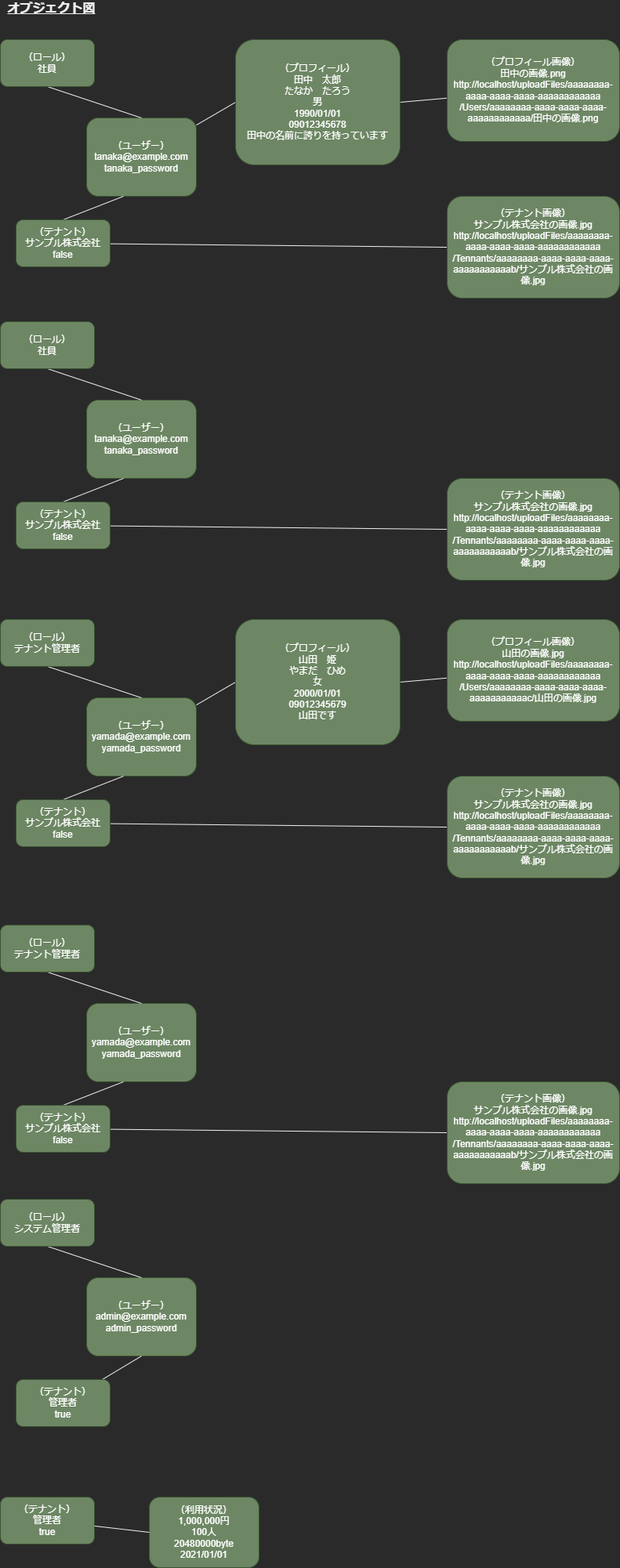
The draw.io diagram docs/diagrams/src/オブジェクト図.png in q23isline/reinventing_the_wheel, before a commit. Source tidied: cells renumbered, new cells last; positions are measured from the earlier drawing's top-left corner, leaving out a move shared by most shapes.
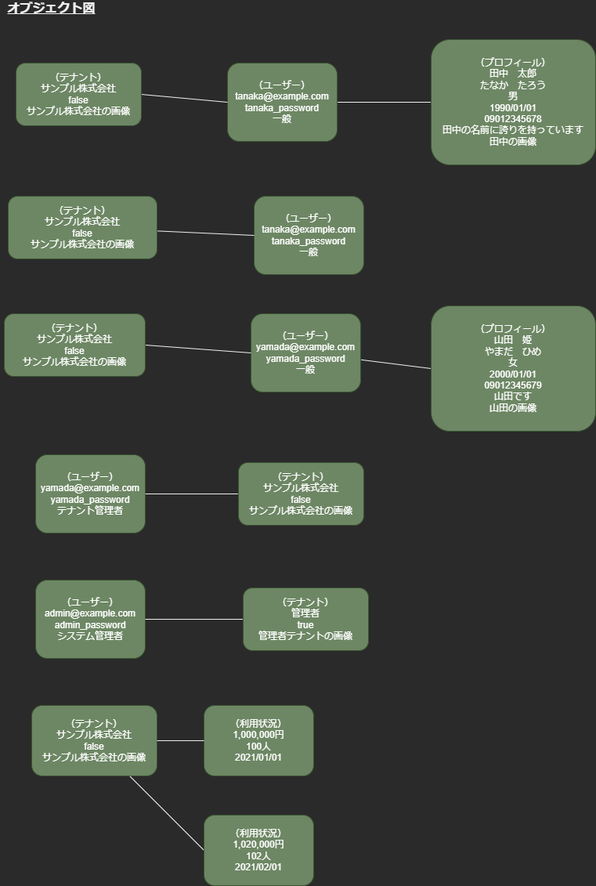
After the commit.

Diff of the diagram source:
```diff
@@ -2,149 +2,85 @@
   <root>
     <mxCell id="0" />
     <mxCell id="1" parent="0" />
-    <mxCell id="2" style="edgeStyle=orthogonalEdgeStyle;rounded=0;jettySize=auto;html=1;exitX=1;exitY=0.5;exitDx=0;exitDy=0;strokeColor=none;endArrow=none;endFill=0;" parent="1" edge="1" source="4" target="6">
-      <mxGeometry relative="1" as="geometry" />
+    <mxCell id="2" style="edgeStyle=orthogonalEdgeStyle;rounded=0;jettySize=auto;html=1;exitX=1;exitY=0.5;exitDx=0;exitDy=0;strokeColor=none;endArrow=none;endFill=0;" parent="1" edge="1" source="4">
+      <mxGeometry relative="1" as="geometry">
+        <mxPoint x="570" y="115" as="targetPoint" />
+      </mxGeometry>
     </mxCell>
     <mxCell id="3" style="edgeStyle=none;rounded=0;jettySize=auto;html=1;entryX=0;entryY=0.5;entryDx=0;entryDy=0;fontSize=16;endArrow=none;endFill=0;" parent="1" edge="1" source="4" target="15">
       <mxGeometry relative="1" as="geometry" />
     </mxCell>
-    <mxCell id="4" value="（ユーザー）&lt;br&gt;tanaka@example.com&lt;br&gt;tanaka_password" style="rounded=1;whiteSpace=wrap;html=1;fillColor=#6d8764;fontColor=#ffffff;strokeColor=#3A5431;" parent="1" vertex="1">
-      <mxGeometry x="110" y="150" width="140" height="100" as="geometry" />
+    <mxCell id="4" value="（ユーザー）&lt;br&gt;tanaka@example.com&lt;br&gt;tanaka_password&lt;br&gt;一般" style="rounded=1;whiteSpace=wrap;html=1;fillColor=#6d8764;fontColor=#ffffff;strokeColor=#3A5431;" parent="1" vertex="1">
+      <mxGeometry x="290" y="80" width="140" height="100" as="geometry" />
     </mxCell>
-    <mxCell id="5" style="rounded=0;jettySize=auto;html=1;endArrow=none;endFill=0;entryX=1;entryY=0.5;entryDx=0;entryDy=0;" parent="1" edge="1" source="6" target="15">
-      <mxGeometry relative="1" as="geometry" />
-    </mxCell>
-    <mxCell id="6" value="（プロフィール画像）&lt;br&gt;田中の画像.png&lt;br&gt;http://localhost/uploadFiles/aaaaaaaa-aaaa-aaaa-aaaa-aaaaaaaaaaaa&lt;br&gt;/Users/aaaaaaaa-aaaa-aaaa-aaaa-aaaaaaaaaaaa/田中の画像.png" style="rounded=1;whiteSpace=wrap;html=1;fillColor=#6d8764;fontColor=#ffffff;strokeColor=#3A5431;" parent="1" vertex="1">
-      <mxGeometry x="570" y="50" width="220" height="130" as="geometry" />
-    </mxCell>
-    <mxCell id="7" style="rounded=0;jettySize=auto;html=1;exitX=0.5;exitY=1;exitDx=0;exitDy=0;endArrow=none;endFill=0;entryX=0.5;entryY=0;entryDx=0;entryDy=0;" parent="1" edge="1" source="8" target="4">
-      <mxGeometry relative="1" as="geometry" />
-    </mxCell>
-    <mxCell id="8" value="（ロール）&lt;br&gt;社員" style="rounded=1;whiteSpace=wrap;html=1;fillColor=#6d8764;fontColor=#ffffff;strokeColor=#3A5431;" parent="1" vertex="1">
-      <mxGeometry y="50" width="120" height="60" as="geometry" />
-    </mxCell>
     <mxCell id="9" value="&lt;b&gt;&lt;font style=&quot;font-size: 16px&quot;&gt;オブジェクト図&lt;/font&gt;&lt;/b&gt;" style="text;html=1;align=center;verticalAlign=middle;strokeColor=none;fillColor=none;fontStyle=4;" parent="1" vertex="1">
       <mxGeometry width="130" height="20" as="geometry" />
     </mxCell>
-    <mxCell id="10" style="edgeStyle=none;rounded=0;jettySize=auto;html=1;entryX=0.336;entryY=1;entryDx=0;entryDy=0;fontSize=16;endArrow=none;endFill=0;exitX=0.5;exitY=0;exitDx=0;exitDy=0;entryPerimeter=0;" parent="1" edge="1" source="12" target="4">
+    <mxCell id="10" style="edgeStyle=none;rounded=0;jettySize=auto;html=1;entryX=0;entryY=0.5;entryDx=0;entryDy=0;fontSize=16;endArrow=none;endFill=0;exitX=1;exitY=0.5;exitDx=0;exitDy=0;" parent="1" edge="1" source="12" target="4">
       <mxGeometry relative="1" as="geometry" />
     </mxCell>
-    <mxCell id="11" style="edgeStyle=none;rounded=0;jettySize=auto;html=1;entryX=0;entryY=0.5;entryDx=0;entryDy=0;fontSize=16;endArrow=none;endFill=0;" parent="1" edge="1" source="12" target="13">
-      <mxGeometry relative="1" as="geometry" />
-    </mxCell>
-    <mxCell id="12" value="（テナント）&lt;br&gt;サンプル株式会社&lt;br&gt;false" style="rounded=1;whiteSpace=wrap;html=1;fillColor=#6d8764;fontColor=#ffffff;strokeColor=#3A5431;" parent="1" vertex="1">
-      <mxGeometry x="20" y="280" width="120" height="60" as="geometry" />
+    <mxCell id="12" value="（テナント）&lt;br&gt;サンプル株式会社&lt;br&gt;false&lt;br&gt;サンプル株式会社の画像" style="rounded=1;whiteSpace=wrap;html=1;fillColor=#6d8764;fontColor=#ffffff;strokeColor=#3A5431;" parent="1" vertex="1">
+      <mxGeometry x="20" y="80" width="160" height="80" as="geometry" />
     </mxCell>
-    <mxCell id="13" value="（テナント画像）&lt;br&gt;サンプル株式会社の画像.jpg&lt;br&gt;http://localhost/uploadFiles/aaaaaaaa-aaaa-aaaa-aaaa-aaaaaaaaaaaa&lt;br&gt;/Tennants/aaaaaaaa-aaaa-aaaa-aaaa-aaaaaaaaaaab/サンプル株式会社の画像.jpg" style="rounded=1;whiteSpace=wrap;html=1;fillColor=#6d8764;fontColor=#ffffff;strokeColor=#3A5431;" parent="1" vertex="1">
-      <mxGeometry x="570" y="250" width="220" height="130" as="geometry" />
-    </mxCell>
-    <mxCell id="14" style="edgeStyle=orthogonalEdgeStyle;rounded=0;orthogonalLoop=1;jettySize=auto;html=1;exitX=1;exitY=0.5;exitDx=0;exitDy=0;strokeColor=none;endArrow=none;endFill=0;" parent="1" edge="1">
-      <mxGeometry relative="1" as="geometry">
-        <mxPoint x="330" y="1597.5" as="sourcePoint" />
-        <mxPoint x="590" y="1010" as="targetPoint" />
-      </mxGeometry>
-    </mxCell>
-    <mxCell id="15" value="（プロフィール）&lt;br&gt;田中　太郎&lt;br&gt;たなか　たろう&lt;br&gt;男&lt;br&gt;1990/01/01&lt;br&gt;09012345678&lt;br&gt;田中の名前に誇りを持っています" style="rounded=1;whiteSpace=wrap;html=1;fillColor=#6d8764;fontColor=#ffffff;strokeColor=#3A5431;" parent="1" vertex="1">
-      <mxGeometry x="300" y="50" width="210" height="160" as="geometry" />
+    <mxCell id="15" value="（プロフィール）&lt;br&gt;田中　太郎&lt;br&gt;たなか　たろう&lt;br&gt;男&lt;br&gt;1990/01/01&lt;br&gt;09012345678&lt;br&gt;田中の名前に誇りを持っています&lt;br&gt;田中の画像" style="rounded=1;whiteSpace=wrap;html=1;fillColor=#6d8764;fontColor=#ffffff;strokeColor=#3A5431;" parent="1" vertex="1">
+      <mxGeometry x="550" y="50" width="210" height="160" as="geometry" />
     </mxCell>
     <mxCell id="16" style="edgeStyle=none;rounded=0;jettySize=auto;html=1;entryX=0;entryY=0.5;entryDx=0;entryDy=0;fontSize=16;endArrow=none;endFill=0;" parent="1" edge="1" source="17" target="26">
       <mxGeometry relative="1" as="geometry" />
     </mxCell>
-    <mxCell id="17" value="（ユーザー）&lt;br&gt;yamada@example.com&lt;br&gt;yamada_password" style="rounded=1;whiteSpace=wrap;html=1;fillColor=#6d8764;fontColor=#ffffff;strokeColor=#3A5431;" parent="1" vertex="1">
-      <mxGeometry x="110" y="890" width="140" height="100" as="geometry" />
+    <mxCell id="17" value="（ユーザー）&lt;br&gt;yamada@example.com&lt;br&gt;yamada_password&lt;br&gt;一般" style="rounded=1;whiteSpace=wrap;html=1;fillColor=#6d8764;fontColor=#ffffff;strokeColor=#3A5431;" parent="1" vertex="1">
+      <mxGeometry x="320" y="400" width="140" height="100" as="geometry" />
     </mxCell>
-    <mxCell id="18" style="rounded=0;jettySize=auto;html=1;endArrow=none;endFill=0;entryX=1;entryY=0.5;entryDx=0;entryDy=0;" parent="1" edge="1" source="19" target="26">
-      <mxGeometry relative="1" as="geometry" />
-    </mxCell>
-    <mxCell id="19" value="（プロフィール画像）&lt;br&gt;山田の画像.jpg&lt;br&gt;http://localhost/uploadFiles/aaaaaaaa-aaaa-aaaa-aaaa-aaaaaaaaaaaa&lt;br&gt;/Users/aaaaaaaa-aaaa-aaaa-aaaa-aaaaaaaaaaac/山田の画像.jpg" style="rounded=1;whiteSpace=wrap;html=1;fillColor=#6d8764;fontColor=#ffffff;strokeColor=#3A5431;" parent="1" vertex="1">
-      <mxGeometry x="570" y="790" width="220" height="130" as="geometry" />
-    </mxCell>
-    <mxCell id="20" style="rounded=0;jettySize=auto;html=1;exitX=0.5;exitY=1;exitDx=0;exitDy=0;endArrow=none;endFill=0;entryX=0.5;entryY=0;entryDx=0;entryDy=0;" parent="1" edge="1" source="21" target="17">
-      <mxGeometry relative="1" as="geometry" />
-    </mxCell>
-    <mxCell id="21" value="（ロール）&lt;br&gt;テナント管理者" style="rounded=1;whiteSpace=wrap;html=1;fillColor=#6d8764;fontColor=#ffffff;strokeColor=#3A5431;" parent="1" vertex="1">
-      <mxGeometry y="790" width="120" height="60" as="geometry" />
-    </mxCell>
-    <mxCell id="22" style="edgeStyle=none;rounded=0;jettySize=auto;html=1;entryX=0.336;entryY=1;entryDx=0;entryDy=0;fontSize=16;endArrow=none;endFill=0;exitX=0.5;exitY=0;exitDx=0;exitDy=0;entryPerimeter=0;" parent="1" edge="1" source="24" target="17">
+    <mxCell id="22" style="edgeStyle=none;rounded=0;jettySize=auto;html=1;entryX=0;entryY=0.5;entryDx=0;entryDy=0;fontSize=16;endArrow=none;endFill=0;exitX=1;exitY=0.5;exitDx=0;exitDy=0;" parent="1" edge="1" source="24" target="17">
       <mxGeometry relative="1" as="geometry" />
     </mxCell>
-    <mxCell id="23" style="edgeStyle=none;rounded=0;jettySize=auto;html=1;entryX=0;entryY=0.5;entryDx=0;entryDy=0;fontSize=16;endArrow=none;endFill=0;" parent="1" edge="1" source="24" target="25">
-      <mxGeometry relative="1" as="geometry" />
-    </mxCell>
-    <mxCell id="24" value="（テナント）&lt;br&gt;サンプル株式会社&lt;br&gt;false" style="rounded=1;whiteSpace=wrap;html=1;fillColor=#6d8764;fontColor=#ffffff;strokeColor=#3A5431;" parent="1" vertex="1">
-      <mxGeometry x="20" y="1020" width="120" height="60" as="geometry" />
+    <mxCell id="24" value="（テナント）&lt;br&gt;サンプル株式会社&lt;br&gt;false&lt;br&gt;サンプル株式会社の画像" style="rounded=1;whiteSpace=wrap;html=1;fillColor=#6d8764;fontColor=#ffffff;strokeColor=#3A5431;" parent="1" vertex="1">
+      <mxGeometry x="5" y="400" width="180" height="80" as="geometry" />
     </mxCell>
-    <mxCell id="25" value="（テナント画像）&lt;br&gt;サンプル株式会社の画像.jpg&lt;br&gt;http://localhost/uploadFiles/aaaaaaaa-aaaa-aaaa-aaaa-aaaaaaaaaaaa&lt;br&gt;/Tennants/aaaaaaaa-aaaa-aaaa-aaaa-aaaaaaaaaaab/サンプル株式会社の画像.jpg" style="rounded=1;whiteSpace=wrap;html=1;fillColor=#6d8764;fontColor=#ffffff;strokeColor=#3A5431;" parent="1" vertex="1">
-      <mxGeometry x="570" y="990" width="220" height="130" as="geometry" />
-    </mxCell>
-    <mxCell id="26" value="（プロフィール）&lt;br&gt;山田　姫&lt;br&gt;やまだ　ひめ&lt;br&gt;女&lt;br&gt;2000/01/01&lt;br&gt;09012345679&lt;br&gt;山田です" style="rounded=1;whiteSpace=wrap;html=1;fillColor=#6d8764;fontColor=#ffffff;strokeColor=#3A5431;" parent="1" vertex="1">
-      <mxGeometry x="300" y="790" width="210" height="160" as="geometry" />
+    <mxCell id="26" value="（プロフィール）&lt;br&gt;山田　姫&lt;br&gt;やまだ　ひめ&lt;br&gt;女&lt;br&gt;2000/01/01&lt;br&gt;09012345679&lt;br&gt;山田です&lt;br&gt;山田の画像" style="rounded=1;whiteSpace=wrap;html=1;fillColor=#6d8764;fontColor=#ffffff;strokeColor=#3A5431;" parent="1" vertex="1">
+      <mxGeometry x="550" y="390" width="210" height="160" as="geometry" />
     </mxCell>
-    <mxCell id="27" value="（ユーザー）&lt;br&gt;tanaka@example.com&lt;br&gt;tanaka_password" style="rounded=1;whiteSpace=wrap;html=1;fillColor=#6d8764;fontColor=#ffffff;strokeColor=#3A5431;" parent="1" vertex="1">
-      <mxGeometry x="110" y="510" width="140" height="100" as="geometry" />
+    <mxCell id="27" value="（ユーザー）&lt;br&gt;tanaka@example.com&lt;br&gt;tanaka_password&lt;br&gt;一般" style="rounded=1;whiteSpace=wrap;html=1;fillColor=#6d8764;fontColor=#ffffff;strokeColor=#3A5431;" parent="1" vertex="1">
+      <mxGeometry x="324" y="250" width="140" height="100" as="geometry" />
     </mxCell>
-    <mxCell id="28" style="rounded=0;jettySize=auto;html=1;exitX=0.5;exitY=1;exitDx=0;exitDy=0;endArrow=none;endFill=0;entryX=0.5;entryY=0;entryDx=0;entryDy=0;" parent="1" edge="1" source="29" target="27">
-      <mxGeometry relative="1" as="geometry" />
-    </mxCell>
-    <mxCell id="29" value="（ロール）&lt;br&gt;社員" style="rounded=1;whiteSpace=wrap;html=1;fillColor=#6d8764;fontColor=#ffffff;strokeColor=#3A5431;" parent="1" vertex="1">
-      <mxGeometry y="410" width="120" height="60" as="geometry" />
-    </mxCell>
-    <mxCell id="30" style="edgeStyle=none;rounded=0;jettySize=auto;html=1;entryX=0.336;entryY=1;entryDx=0;entryDy=0;fontSize=16;endArrow=none;endFill=0;exitX=0.5;exitY=0;exitDx=0;exitDy=0;entryPerimeter=0;" parent="1" edge="1" source="32" target="27">
+    <mxCell id="30" style="edgeStyle=none;rounded=0;jettySize=auto;html=1;entryX=0;entryY=0.5;entryDx=0;entryDy=0;endArrow=none;endFill=0;" parent="1" edge="1" source="32" target="27">
       <mxGeometry relative="1" as="geometry" />
     </mxCell>
-    <mxCell id="31" style="edgeStyle=none;rounded=0;jettySize=auto;html=1;entryX=0;entryY=0.5;entryDx=0;entryDy=0;fontSize=16;endArrow=none;endFill=0;" parent="1" edge="1" source="32" target="33">
-      <mxGeometry relative="1" as="geometry" />
-    </mxCell>
-    <mxCell id="32" value="（テナント）&lt;br&gt;サンプル株式会社&lt;br&gt;false" style="rounded=1;whiteSpace=wrap;html=1;fillColor=#6d8764;fontColor=#ffffff;strokeColor=#3A5431;" parent="1" vertex="1">
-      <mxGeometry x="20" y="640" width="120" height="60" as="geometry" />
+    <mxCell id="32" value="（テナント）&lt;br&gt;サンプル株式会社&lt;br&gt;false&lt;br&gt;サンプル株式会社の画像" style="rounded=1;whiteSpace=wrap;html=1;fillColor=#6d8764;fontColor=#ffffff;strokeColor=#3A5431;" parent="1" vertex="1">
+      <mxGeometry x="10" y="250" width="190" height="80" as="geometry" />
     </mxCell>
-    <mxCell id="33" value="（テナント画像）&lt;br&gt;サンプル株式会社の画像.jpg&lt;br&gt;http://localhost/uploadFiles/aaaaaaaa-aaaa-aaaa-aaaa-aaaaaaaaaaaa&lt;br&gt;/Tennants/aaaaaaaa-aaaa-aaaa-aaaa-aaaaaaaaaaab/サンプル株式会社の画像.jpg" style="rounded=1;whiteSpace=wrap;html=1;fillColor=#6d8764;fontColor=#ffffff;strokeColor=#3A5431;" parent="1" vertex="1">
-      <mxGeometry x="570" y="610" width="220" height="130" as="geometry" />
-    </mxCell>
-    <mxCell id="34" value="（ユーザー）&lt;br&gt;yamada@example.com&lt;br&gt;yamada_password" style="rounded=1;whiteSpace=wrap;html=1;fillColor=#6d8764;fontColor=#ffffff;strokeColor=#3A5431;" parent="1" vertex="1">
-      <mxGeometry x="110" y="1280" width="140" height="100" as="geometry" />
+    <mxCell id="34" value="（ユーザー）&lt;br&gt;yamada@example.com&lt;br&gt;yamada_password&lt;br&gt;テナント管理者" style="rounded=1;whiteSpace=wrap;html=1;fillColor=#6d8764;fontColor=#ffffff;strokeColor=#3A5431;" parent="1" vertex="1">
+      <mxGeometry x="45" y="580" width="140" height="100" as="geometry" />
     </mxCell>
-    <mxCell id="35" style="rounded=0;jettySize=auto;html=1;exitX=0.5;exitY=1;exitDx=0;exitDy=0;endArrow=none;endFill=0;entryX=0.5;entryY=0;entryDx=0;entryDy=0;" parent="1" edge="1" source="36" target="34">
-      <mxGeometry relative="1" as="geometry" />
-    </mxCell>
-    <mxCell id="36" value="（ロール）&lt;br&gt;テナント管理者" style="rounded=1;whiteSpace=wrap;html=1;fillColor=#6d8764;fontColor=#ffffff;strokeColor=#3A5431;" parent="1" vertex="1">
-      <mxGeometry y="1180" width="120" height="60" as="geometry" />
-    </mxCell>
-    <mxCell id="37" style="edgeStyle=none;rounded=0;jettySize=auto;html=1;entryX=0.336;entryY=1;entryDx=0;entryDy=0;fontSize=16;endArrow=none;endFill=0;exitX=0.5;exitY=0;exitDx=0;exitDy=0;entryPerimeter=0;" parent="1" edge="1" source="39" target="34">
+    <mxCell id="37" style="edgeStyle=none;rounded=0;jettySize=auto;html=1;entryX=1;entryY=0.5;entryDx=0;entryDy=0;fontSize=16;endArrow=none;endFill=0;exitX=0;exitY=0.5;exitDx=0;exitDy=0;" parent="1" edge="1" source="39" target="34">
       <mxGeometry relative="1" as="geometry" />
     </mxCell>
-    <mxCell id="38" style="edgeStyle=none;rounded=0;jettySize=auto;html=1;entryX=0;entryY=0.5;entryDx=0;entryDy=0;fontSize=16;endArrow=none;endFill=0;" parent="1" edge="1" source="39" target="40">
-      <mxGeometry relative="1" as="geometry" />
-    </mxCell>
-    <mxCell id="39" value="（テナント）&lt;br&gt;サンプル株式会社&lt;br&gt;false" style="rounded=1;whiteSpace=wrap;html=1;fillColor=#6d8764;fontColor=#ffffff;strokeColor=#3A5431;" parent="1" vertex="1">
-      <mxGeometry x="20" y="1410" width="120" height="60" as="geometry" />
+    <mxCell id="39" value="（テナント）&lt;br&gt;サンプル株式会社&lt;br&gt;false&lt;br&gt;サンプル株式会社の画像" style="rounded=1;whiteSpace=wrap;html=1;fillColor=#6d8764;fontColor=#ffffff;strokeColor=#3A5431;" parent="1" vertex="1">
+      <mxGeometry x="304" y="590" width="160" height="80" as="geometry" />
     </mxCell>
-    <mxCell id="40" value="（テナント画像）&lt;br&gt;サンプル株式会社の画像.jpg&lt;br&gt;http://localhost/uploadFiles/aaaaaaaa-aaaa-aaaa-aaaa-aaaaaaaaaaaa&lt;br&gt;/Tennants/aaaaaaaa-aaaa-aaaa-aaaa-aaaaaaaaaaab/サンプル株式会社の画像.jpg" style="rounded=1;whiteSpace=wrap;html=1;fillColor=#6d8764;fontColor=#ffffff;strokeColor=#3A5431;" parent="1" vertex="1">
-      <mxGeometry x="570" y="1380" width="220" height="130" as="geometry" />
-    </mxCell>
-    <mxCell id="41" value="（ユーザー）&lt;br&gt;admin@example.com&lt;br&gt;admin_password" style="rounded=1;whiteSpace=wrap;html=1;fillColor=#6d8764;fontColor=#ffffff;strokeColor=#3A5431;" parent="1" vertex="1">
-      <mxGeometry x="110" y="1630" width="140" height="100" as="geometry" />
+    <mxCell id="41" value="（ユーザー）&lt;br&gt;admin@example.com&lt;br&gt;admin_password&lt;br&gt;システム管理者" style="rounded=1;whiteSpace=wrap;html=1;fillColor=#6d8764;fontColor=#ffffff;strokeColor=#3A5431;" parent="1" vertex="1">
+      <mxGeometry x="45" y="740" width="140" height="100" as="geometry" />
     </mxCell>
-    <mxCell id="42" style="rounded=0;jettySize=auto;html=1;exitX=0.5;exitY=1;exitDx=0;exitDy=0;endArrow=none;endFill=0;entryX=0.5;entryY=0;entryDx=0;entryDy=0;" parent="1" edge="1" source="43" target="41">
-      <mxGeometry relative="1" as="geometry" />
-    </mxCell>
-    <mxCell id="43" value="（ロール）&lt;br&gt;システム管理者" style="rounded=1;whiteSpace=wrap;html=1;fillColor=#6d8764;fontColor=#ffffff;strokeColor=#3A5431;" parent="1" vertex="1">
-      <mxGeometry y="1530" width="120" height="60" as="geometry" />
-    </mxCell>
+    <mxCell id="49" style="rounded=0;jettySize=auto;html=1;entryX=0;entryY=0.5;entryDx=0;entryDy=0;endArrow=none;endFill=0;" parent="1" edge="1" source="44" target="50">
+      <mxGeometry relative="1" as="geometry" />
+    </mxCell>
-    <mxCell id="44" value="（テナント）&lt;br&gt;管理者&lt;br&gt;true" style="rounded=1;whiteSpace=wrap;html=1;fillColor=#6d8764;fontColor=#ffffff;strokeColor=#3A5431;" parent="1" vertex="1">
-      <mxGeometry y="1910" width="120" height="60" as="geometry" />
+    <mxCell id="44" value="（テナント）&lt;br&gt;サンプル株式会社&lt;br&gt;false&lt;br&gt;サンプル株式会社の画像" style="rounded=1;whiteSpace=wrap;html=1;fillColor=#6d8764;fontColor=#ffffff;strokeColor=#3A5431;" parent="1" vertex="1">
+      <mxGeometry x="40" y="900" width="160" height="90" as="geometry" />
     </mxCell>
-    <mxCell id="45" value="（利用状況）&lt;br&gt;1,000,000円&lt;br&gt;100人&lt;br&gt;20480000byte&lt;br&gt;2021/01/01" style="rounded=1;whiteSpace=wrap;html=1;fillColor=#6d8764;fontColor=#ffffff;strokeColor=#3A5431;" parent="1" vertex="1">
-      <mxGeometry x="190" y="1910" width="140" height="90" as="geometry" />
+    <mxCell id="45" value="（利用状況）&lt;br&gt;1,000,000円&lt;br&gt;100人&lt;br&gt;2021/01/01" style="rounded=1;whiteSpace=wrap;html=1;fillColor=#6d8764;fontColor=#ffffff;strokeColor=#3A5431;" parent="1" vertex="1">
+      <mxGeometry x="260" y="900" width="140" height="90" as="geometry" />
     </mxCell>
     <mxCell id="46" style="edgeStyle=none;rounded=0;jettySize=auto;html=1;entryX=0;entryY=0.5;entryDx=0;entryDy=0;fontSize=16;endArrow=none;endFill=0;" parent="1" edge="1" source="44" target="45">
       <mxGeometry relative="1" as="geometry" />
     </mxCell>
-    <mxCell id="47" style="edgeStyle=none;rounded=0;jettySize=auto;html=1;entryX=0.5;entryY=1;entryDx=0;entryDy=0;fontSize=16;endArrow=none;endFill=0;" parent="1" edge="1" source="48" target="41">
+    <mxCell id="47" style="edgeStyle=none;rounded=0;jettySize=auto;html=1;entryX=1;entryY=0.5;entryDx=0;entryDy=0;fontSize=16;endArrow=none;endFill=0;exitX=0;exitY=0.5;exitDx=0;exitDy=0;" parent="1" edge="1" source="48" target="41">
       <mxGeometry relative="1" as="geometry" />
     </mxCell>
-    <mxCell id="48" value="（テナント）&lt;br&gt;管理者&lt;br&gt;true" style="rounded=1;whiteSpace=wrap;html=1;fillColor=#6d8764;fontColor=#ffffff;strokeColor=#3A5431;" parent="1" vertex="1">
-      <mxGeometry x="20" y="1760" width="120" height="60" as="geometry" />
+    <mxCell id="48" value="（テナント）&lt;br&gt;管理者&lt;br&gt;true&lt;br&gt;管理者テナントの画像" style="rounded=1;whiteSpace=wrap;html=1;fillColor=#6d8764;fontColor=#ffffff;strokeColor=#3A5431;" parent="1" vertex="1">
+      <mxGeometry x="310" y="750" width="160" height="80" as="geometry" />
     </mxCell>
+    <mxCell id="50" value="（利用状況）&lt;br&gt;1,020,000円&lt;br&gt;102人&lt;br&gt;2021/02/01" style="rounded=1;whiteSpace=wrap;html=1;fillColor=#6d8764;fontColor=#ffffff;strokeColor=#3A5431;" parent="1" vertex="1">
+      <mxGeometry x="260" y="1040" width="140" height="90" as="geometry" />
+    </mxCell>
   </root>
 </mxGraphModel>
```
